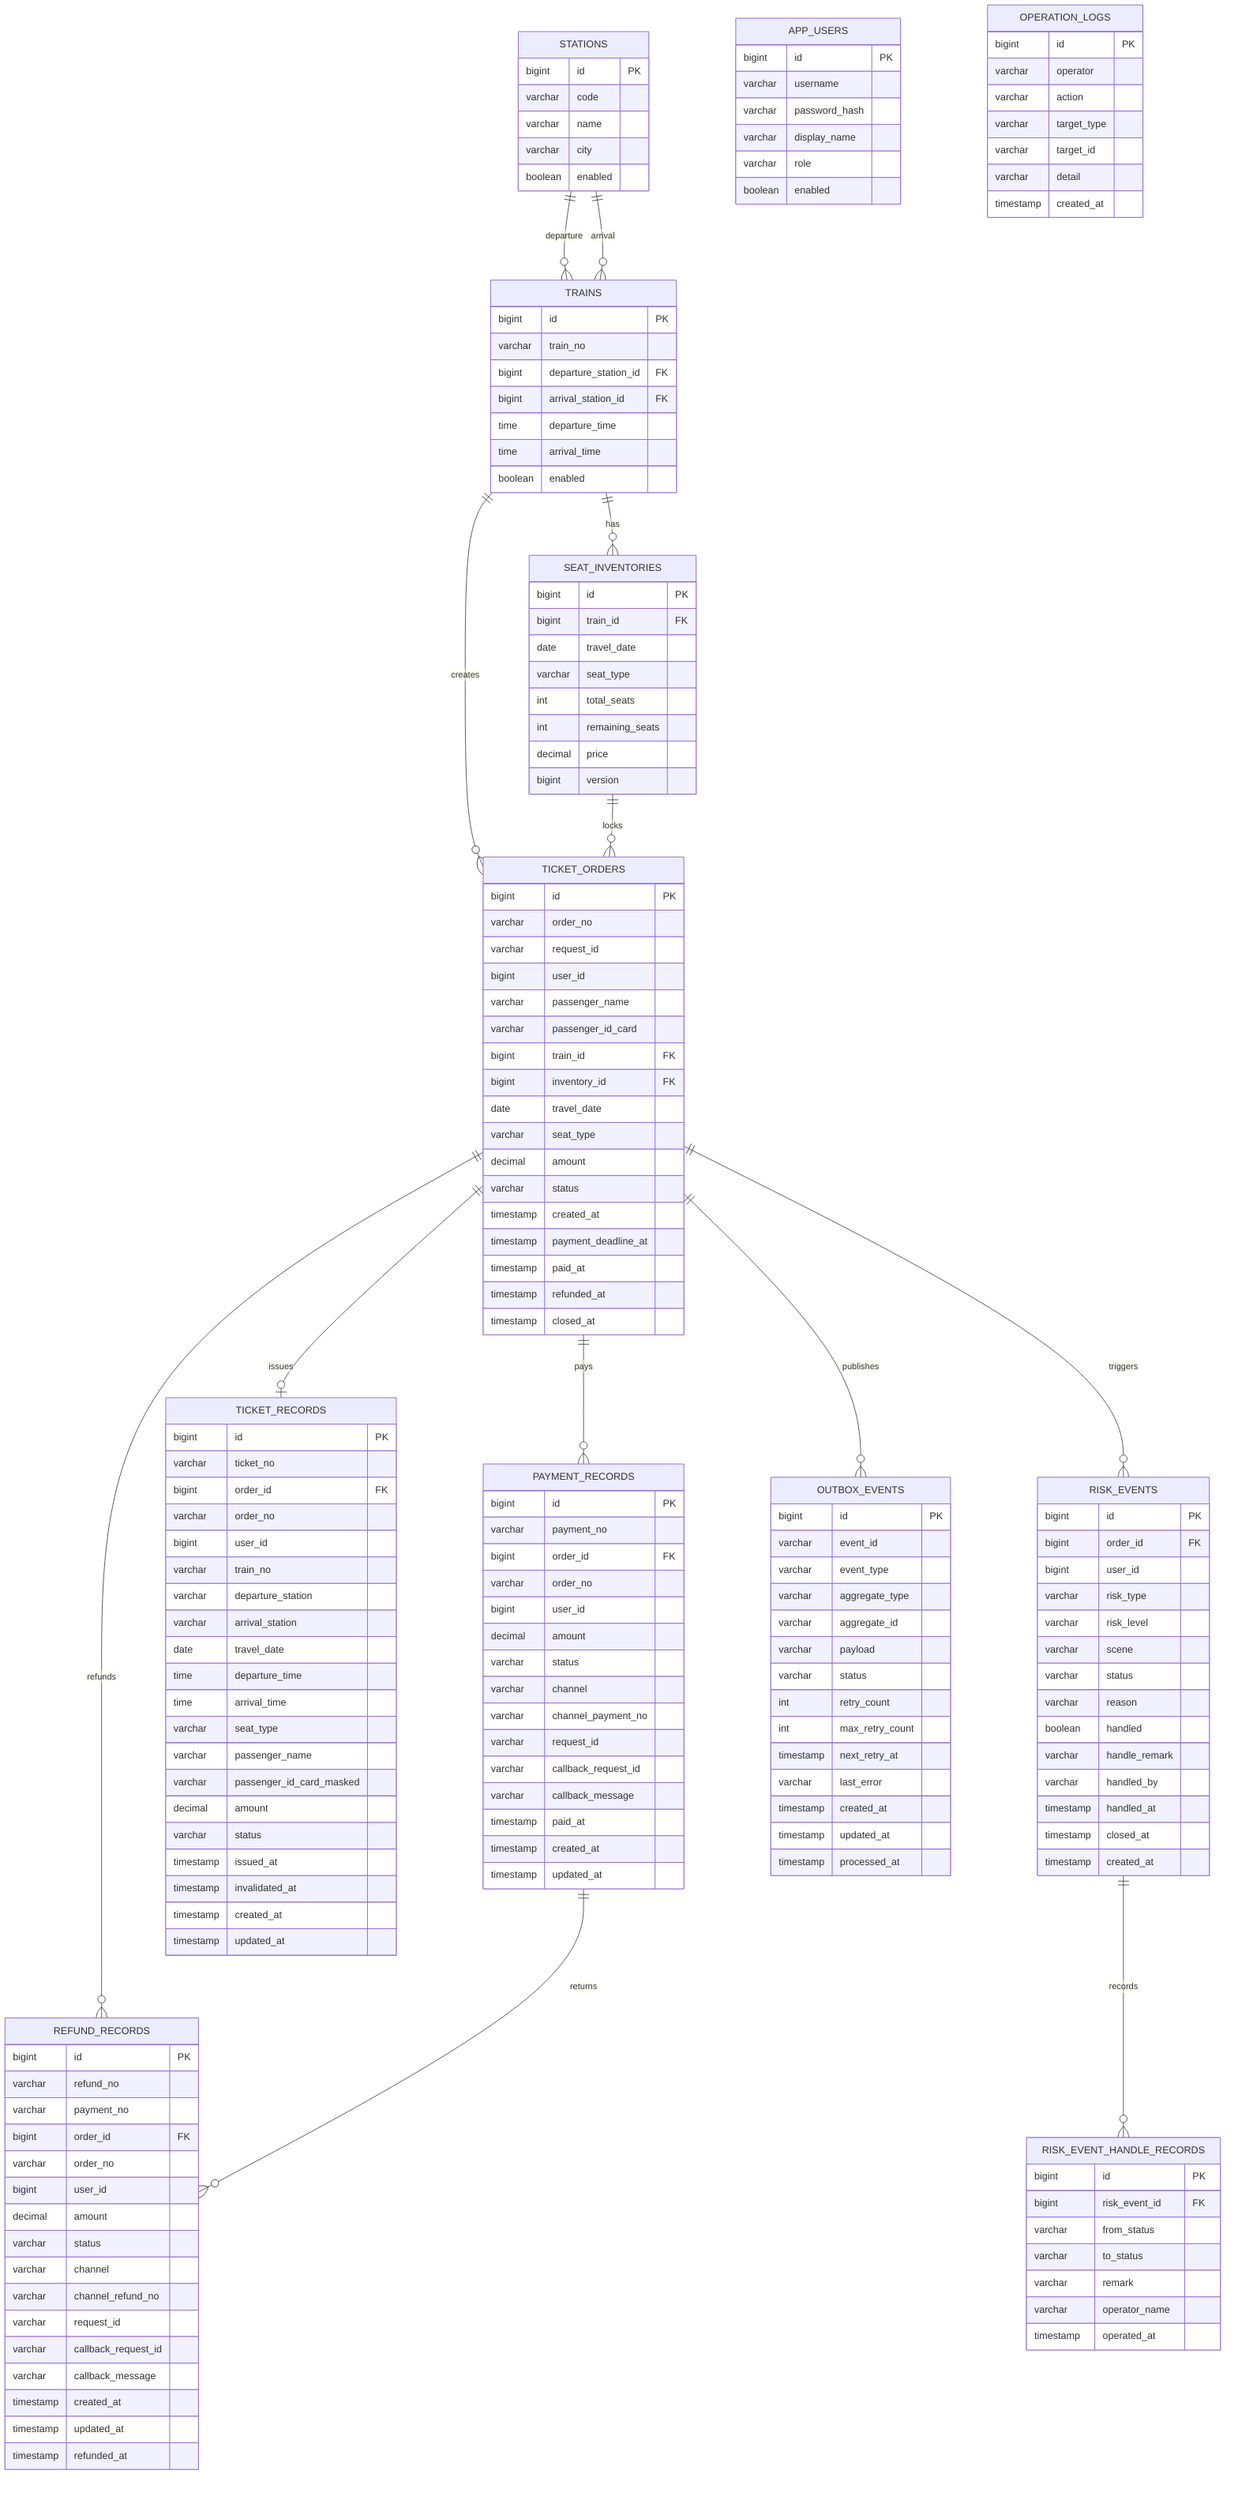
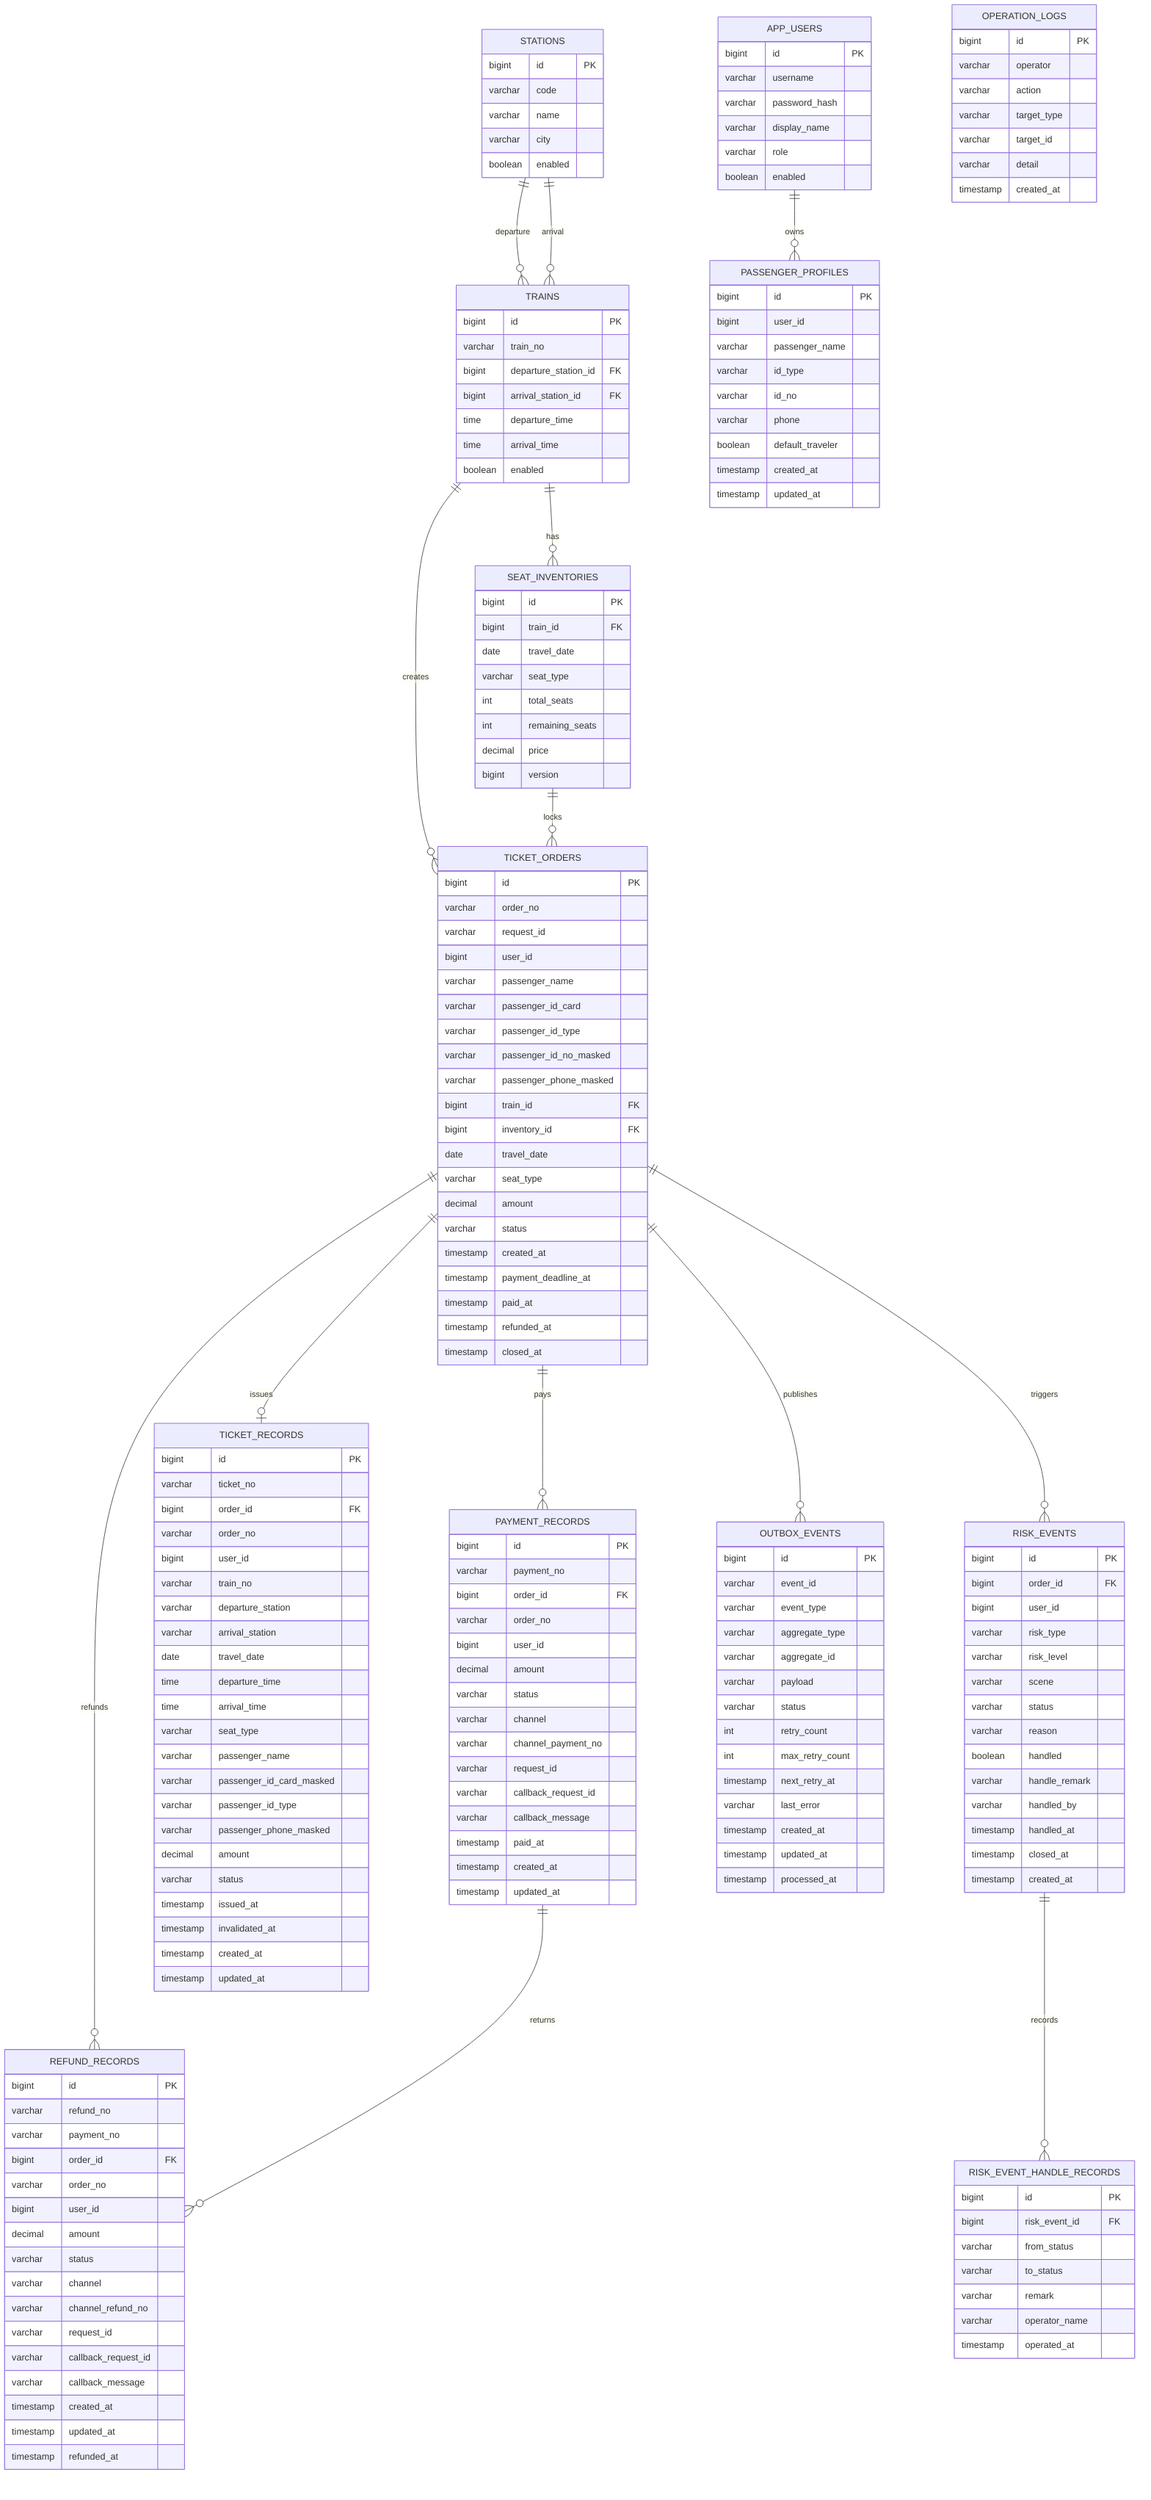
erDiagram
    STATIONS ||--o{ TRAINS : departure
    STATIONS ||--o{ TRAINS : arrival
    TRAINS ||--o{ SEAT_INVENTORIES : has
    TRAINS ||--o{ TICKET_ORDERS : creates
    SEAT_INVENTORIES ||--o{ TICKET_ORDERS : locks
    TICKET_ORDERS ||--o{ PAYMENT_RECORDS : pays
    TICKET_ORDERS ||--o{ REFUND_RECORDS : refunds
    TICKET_ORDERS ||--o| TICKET_RECORDS : issues
    PAYMENT_RECORDS ||--o{ REFUND_RECORDS : returns
    TICKET_ORDERS ||--o{ RISK_EVENTS : triggers
    RISK_EVENTS ||--o{ RISK_EVENT_HANDLE_RECORDS : records
    TICKET_ORDERS ||--o{ OUTBOX_EVENTS : publishes
+     APP_USERS ||--o{ PASSENGER_PROFILES : owns

    APP_USERS {
        bigint id PK
        varchar username
        varchar password_hash
        varchar display_name
        varchar role
        boolean enabled
    }

    STATIONS {
        bigint id PK
        varchar code
        varchar name
        varchar city
        boolean enabled
    }

    TRAINS {
        bigint id PK
        varchar train_no
        bigint departure_station_id FK
        bigint arrival_station_id FK
        time departure_time
        time arrival_time
        boolean enabled
    }

    SEAT_INVENTORIES {
        bigint id PK
        bigint train_id FK
        date travel_date
        varchar seat_type
        int total_seats
        int remaining_seats
        decimal price
        bigint version
    }

    TICKET_ORDERS {
        bigint id PK
        varchar order_no
        varchar request_id
        bigint user_id
        varchar passenger_name
        varchar passenger_id_card
+         varchar passenger_id_type
+         varchar passenger_id_no_masked
+         varchar passenger_phone_masked
        bigint train_id FK
        bigint inventory_id FK
        date travel_date
        varchar seat_type
        decimal amount
        varchar status
        timestamp created_at
        timestamp payment_deadline_at
        timestamp paid_at
        timestamp refunded_at
        timestamp closed_at
+     }
+ 
+     PASSENGER_PROFILES {
+         bigint id PK
+         bigint user_id
+         varchar passenger_name
+         varchar id_type
+         varchar id_no
+         varchar phone
+         boolean default_traveler
+         timestamp created_at
+         timestamp updated_at
    }

    RISK_EVENTS {
        bigint id PK
        bigint order_id FK
        bigint user_id
        varchar risk_type
        varchar risk_level
        varchar scene
        varchar status
        varchar reason
        boolean handled
        varchar handle_remark
        varchar handled_by
        timestamp handled_at
        timestamp closed_at
        timestamp created_at
    }

    RISK_EVENT_HANDLE_RECORDS {
        bigint id PK
        bigint risk_event_id FK
        varchar from_status
        varchar to_status
        varchar remark
        varchar operator_name
        timestamp operated_at
    }

    PAYMENT_RECORDS {
        bigint id PK
        varchar payment_no
        bigint order_id FK
        varchar order_no
        bigint user_id
        decimal amount
        varchar status
        varchar channel
        varchar channel_payment_no
        varchar request_id
        varchar callback_request_id
        varchar callback_message
        timestamp paid_at
        timestamp created_at
        timestamp updated_at
    }

    REFUND_RECORDS {
        bigint id PK
        varchar refund_no
        varchar payment_no
        bigint order_id FK
        varchar order_no
        bigint user_id
        decimal amount
        varchar status
        varchar channel
        varchar channel_refund_no
        varchar request_id
        varchar callback_request_id
        varchar callback_message
        timestamp created_at
        timestamp updated_at
        timestamp refunded_at
    }

    TICKET_RECORDS {
        bigint id PK
        varchar ticket_no
        bigint order_id FK
        varchar order_no
        bigint user_id
        varchar train_no
        varchar departure_station
        varchar arrival_station
        date travel_date
        time departure_time
        time arrival_time
        varchar seat_type
        varchar passenger_name
        varchar passenger_id_card_masked
+         varchar passenger_id_type
+         varchar passenger_phone_masked
        decimal amount
        varchar status
        timestamp issued_at
        timestamp invalidated_at
        timestamp created_at
        timestamp updated_at
    }

    OUTBOX_EVENTS {
        bigint id PK
        varchar event_id
        varchar event_type
        varchar aggregate_type
        varchar aggregate_id
        varchar payload
        varchar status
        int retry_count
        int max_retry_count
        timestamp next_retry_at
        varchar last_error
        timestamp created_at
        timestamp updated_at
        timestamp processed_at
    }

    OPERATION_LOGS {
        bigint id PK
        varchar operator
        varchar action
        varchar target_type
        varchar target_id
        varchar detail
        timestamp created_at
    }
